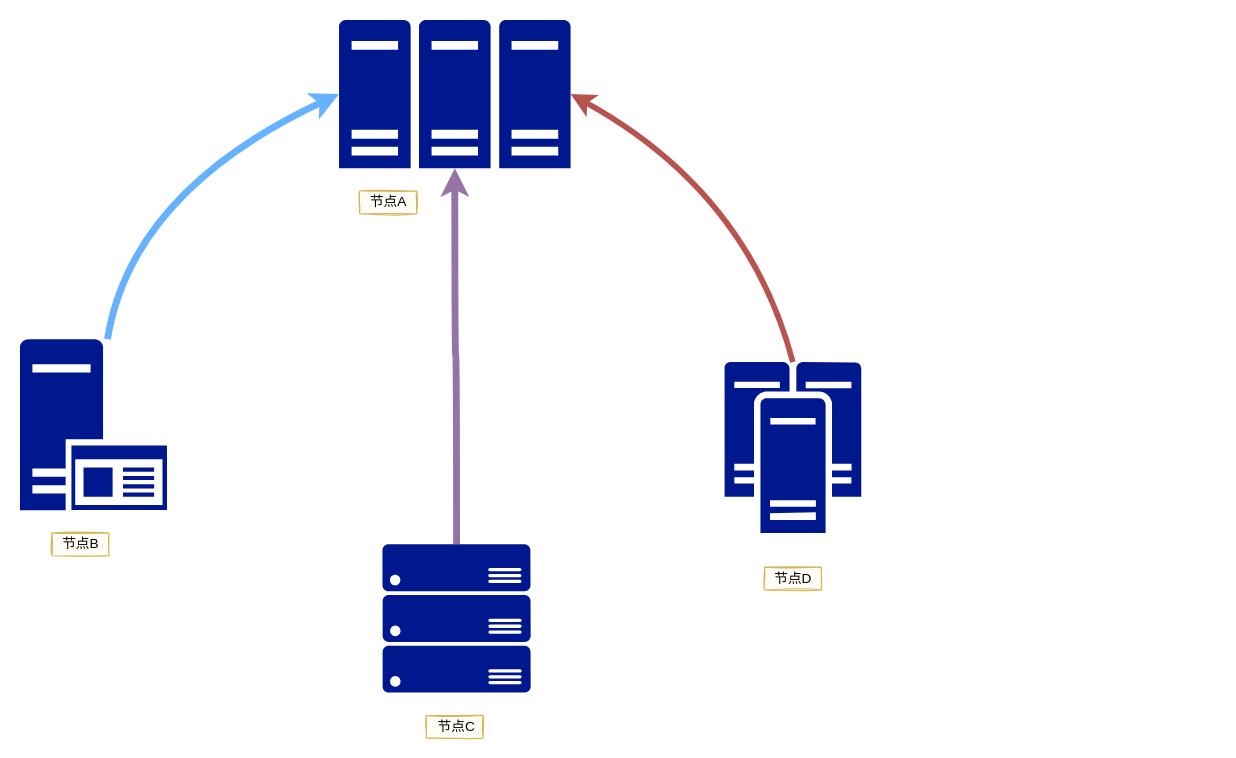
The draw.io diagram FDA缺点.drawio in iaak/hello-world, before the edit. Source tidied: cells renumbered, new cells numbered last; positions are measured from the earlier drawing's top-left corner, leaving out a move shared by most shapes. Both pictures are drawn from the tidied source at 114%, with x=0, y=0 at pixel (19, 19).
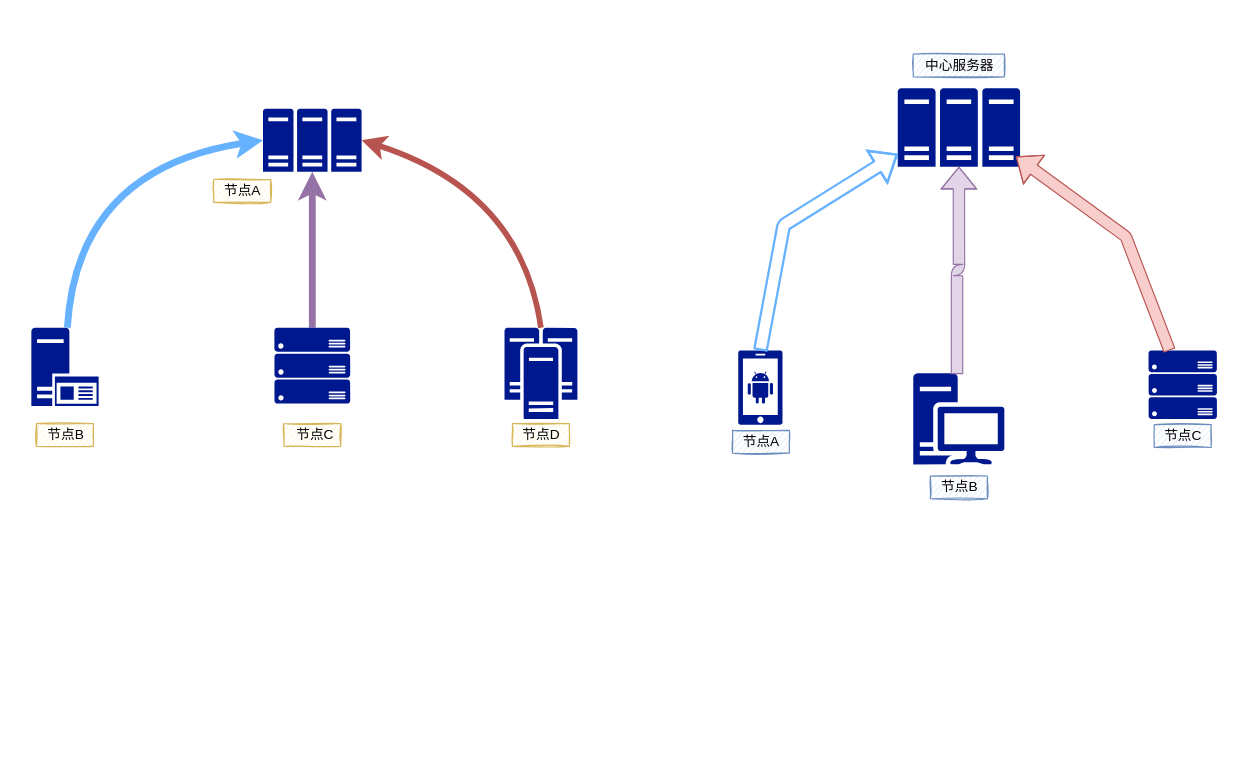
Above is the later version.

The edit, as a diff of the source:
```diff
@@
     <mxCell id="2" style="shadow=0;dashed=0;html=1;strokeColor=none;labelPosition=center;verticalLabelPosition=bottom;verticalAlign=top;align=center;fillColor=#00188D;shape=mxgraph.mscae.enterprise.application_server2;" parent="1" vertex="1">
-      <mxGeometry y="280" width="129" height="150" as="geometry" />
+      <mxGeometry x="10" y="270" width="59" height="68.6" as="geometry" />
     </mxCell>
     <mxCell id="3" style="shadow=0;dashed=0;html=1;strokeColor=none;labelPosition=center;verticalLabelPosition=bottom;verticalAlign=top;align=center;fillColor=#00188D;shape=mxgraph.mscae.enterprise.cluster_server;" parent="1" vertex="1">
-      <mxGeometry x="618" y="300" width="120" height="150" as="geometry" />
+      <mxGeometry x="425" y="270" width="64" height="80" as="geometry" />
     </mxCell>
     <mxCell id="4" style="shadow=0;dashed=0;html=1;strokeColor=none;labelPosition=center;verticalLabelPosition=bottom;verticalAlign=top;align=center;fillColor=#00188D;shape=mxgraph.mscae.enterprise.server_farm;" parent="1" vertex="1">
-      <mxGeometry x="279.9" width="203.1" height="130" as="geometry" />
+      <mxGeometry x="213.2" y="77.8" width="86.5" height="55.4" as="geometry" />
     </mxCell>
@@
     <mxCell id="6" style="shadow=0;dashed=0;html=1;strokeColor=none;labelPosition=center;verticalLabelPosition=bottom;verticalAlign=top;align=center;fillColor=#00188D;shape=mxgraph.azure.server_rack;" parent="1" vertex="1">
-      <mxGeometry x="318" y="460" width="130" height="130" as="geometry" />
+      <mxGeometry x="223.2" y="270" width="66.5" height="66.5" as="geometry" />
     </mxCell>
     <mxCell id="7" style="endArrow=classic;html=1;entryX=0;entryY=0.5;entryDx=0;entryDy=0;entryPerimeter=0;strokeColor=#66B2FF;curved=1;strokeWidth=6;" parent="1" edge="1" source="2" target="4">
       <mxGeometry relative="1" as="geometry">
         <Array as="points">
-          <mxPoint x="98" y="150" />
+          <mxPoint x="50" y="130" />
         </Array>
       </mxGeometry>
     </mxCell>
     <mxCell id="8" style="endArrow=classic;html=1;entryX=1;entryY=0.5;entryDx=0;entryDy=0;entryPerimeter=0;exitX=0.5;exitY=0;exitDx=0;exitDy=0;exitPerimeter=0;curved=1;strokeColor=#b85450;strokeWidth=5;fillColor=#f8cecc;" parent="1" edge="1" source="3" target="4">
       <mxGeometry relative="1" as="geometry">
         <Array as="points">
-          <mxPoint x="638" y="150" />
+          <mxPoint x="440" y="150" />
         </Array>
       </mxGeometry>
     </mxCell>
     <mxCell id="9" value="节点A" style="text;html=1;align=center;verticalAlign=middle;fillColor=#fff2cc;strokeColor=#d6b656;sketch=1;" parent="1" vertex="1">
-      <mxGeometry x="298" y="150" width="50" height="20" as="geometry" />
+      <mxGeometry x="170" y="140" width="50" height="20" as="geometry" />
     </mxCell>
     <mxCell id="10" value="节点B" style="text;html=1;align=center;verticalAlign=middle;fillColor=#fff2cc;strokeColor=#d6b656;sketch=1;" parent="1" vertex="1">
-      <mxGeometry x="28" y="450" width="50" height="20" as="geometry" />
+      <mxGeometry x="14.5" y="354" width="50" height="20" as="geometry" />
     </mxCell>
     <mxCell id="11" value="&amp;nbsp;节点C" style="text;html=1;align=center;verticalAlign=middle;fillColor=#fff2cc;strokeColor=#d6b656;sketch=1;" parent="1" vertex="1">
-      <mxGeometry x="356.4" y="610" width="50" height="20" as="geometry" />
+      <mxGeometry x="231.5" y="354" width="50" height="20" as="geometry" />
     </mxCell>
     <mxCell id="12" value="节点D" style="text;html=1;align=center;verticalAlign=middle;fillColor=#fff2cc;strokeColor=#d6b656;sketch=1;" parent="1" vertex="1">
-      <mxGeometry x="653" y="480" width="50" height="20" as="geometry" />
+      <mxGeometry x="432" y="354" width="50" height="20" as="geometry" />
     </mxCell>
+    <mxCell id="13" style="shadow=0;dashed=0;html=1;strokeColor=none;labelPosition=center;verticalLabelPosition=bottom;verticalAlign=top;align=center;fillColor=#00188D;shape=mxgraph.mscae.enterprise.server_farm;" parent="1" vertex="1">
+      <mxGeometry x="770" y="60" width="107.3" height="68.7" as="geometry" />
+    </mxCell>
+    <mxCell id="14" style="shadow=0;dashed=0;html=1;strokeColor=none;labelPosition=center;verticalLabelPosition=bottom;verticalAlign=top;align=center;fillColor=#00188D;shape=mxgraph.mscae.enterprise.android_phone;sketch=0;" parent="1" vertex="1">
+      <mxGeometry x="630" y="290" width="39" height="65" as="geometry" />
+    </mxCell>
+    <mxCell id="15" style="shadow=0;dashed=0;html=1;strokeColor=none;labelPosition=center;verticalLabelPosition=bottom;verticalAlign=top;align=center;fillColor=#00188D;shape=mxgraph.mscae.enterprise.workstation_client;sketch=0;" parent="1" vertex="1">
+      <mxGeometry x="783.6" y="310" width="80" height="80" as="geometry" />
+    </mxCell>
+    <mxCell id="16" style="shadow=0;dashed=0;html=1;strokeColor=none;labelPosition=center;verticalLabelPosition=bottom;verticalAlign=top;align=center;fillColor=#00188D;shape=mxgraph.azure.server_rack;sketch=0;" parent="1" vertex="1">
+      <mxGeometry x="990" y="290" width="60" height="60" as="geometry" />
+    </mxCell>
+    <mxCell id="17" style="endArrow=classic;html=1;entryX=0;entryY=0.839;entryDx=0;entryDy=0;entryPerimeter=0;strokeColor=#66B2FF;curved=1;strokeWidth=2;exitX=0.5;exitY=0;exitDx=0;exitDy=0;exitPerimeter=0;shape=flexArrow;" parent="1" edge="1" source="14" target="13">
+      <mxGeometry relative="1" as="geometry">
+        <Array as="points">
+          <mxPoint x="670" y="180" />
+        </Array>
+      </mxGeometry>
+    </mxCell>
+    <mxCell id="18" style="endArrow=classic;html=1;entryX=0.966;entryY=0.87;entryDx=0;entryDy=0;entryPerimeter=0;curved=1;strokeColor=#b85450;strokeWidth=1;fillColor=#f8cecc;shape=flexArrow;" parent="1" edge="1" source="16" target="13">
+      <mxGeometry relative="1" as="geometry">
+        <Array as="points">
+          <mxPoint x="970" y="190" />
+        </Array>
+      </mxGeometry>
+    </mxCell>
+    <mxCell id="19" style="edgeStyle=orthogonalEdgeStyle;curved=1;jettySize=auto;html=1;exitX=0.48;exitY=0.01;exitDx=0;exitDy=0;exitPerimeter=0;entryX=0.5;entryY=1;entryDx=0;entryDy=0;entryPerimeter=0;strokeColor=#9673a6;strokeWidth=1;fillColor=#e1d5e7;shape=flexArrow;" parent="1" edge="1" source="15" target="13">
+      <mxGeometry relative="1" as="geometry" />
+    </mxCell>
+    <mxCell id="20" value="中心服务器" style="text;html=1;align=center;verticalAlign=middle;fillColor=#dae8fc;strokeColor=#6c8ebf;sketch=1;" parent="1" vertex="1">
+      <mxGeometry x="783.6" y="30" width="80" height="20" as="geometry" />
+    </mxCell>
+    <mxCell id="21" value="节点A" style="text;html=1;align=center;verticalAlign=middle;fillColor=#dae8fc;strokeColor=#6c8ebf;sketch=1;" parent="1" vertex="1">
+      <mxGeometry x="625" y="360" width="50" height="20" as="geometry" />
+    </mxCell>
+    <mxCell id="22" value="节点B" style="text;html=1;align=center;verticalAlign=middle;fillColor=#dae8fc;strokeColor=#6c8ebf;sketch=1;" parent="1" vertex="1">
+      <mxGeometry x="798.6" y="400" width="50" height="20" as="geometry" />
+    </mxCell>
+    <mxCell id="23" value="节点C" style="text;html=1;align=center;verticalAlign=middle;fillColor=#dae8fc;strokeColor=#6c8ebf;sketch=1;" parent="1" vertex="1">
+      <mxGeometry x="995" y="355" width="50" height="20" as="geometry" />
+    </mxCell>
```
